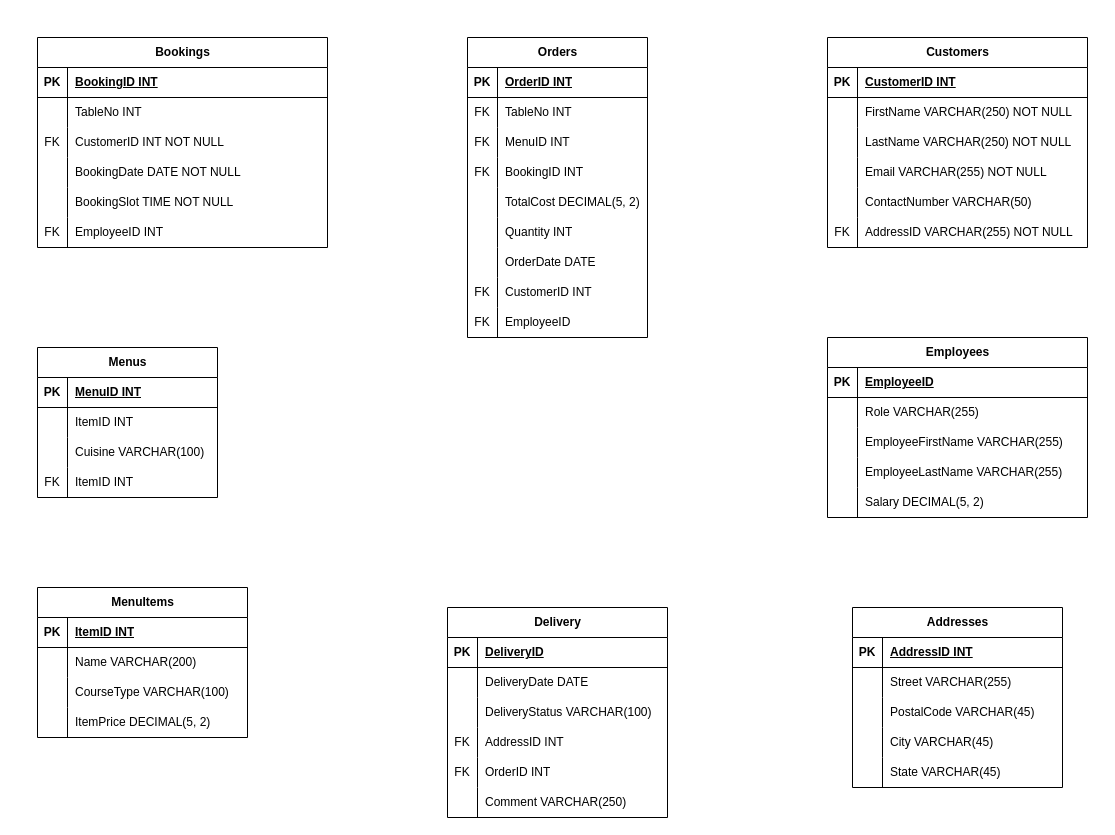
Above: erd_data_model.drawio in AzizAghabayli/db-capstone-project (draw.io), before the change. Source tidied: cells renumbered, new cells numbered last; positions are measured from the earlier drawing's top-left corner, leaving out a move shared by most shapes. Both pictures are drawn from the tidied source at 100%, with x=0, y=0 at pixel (37, 37).
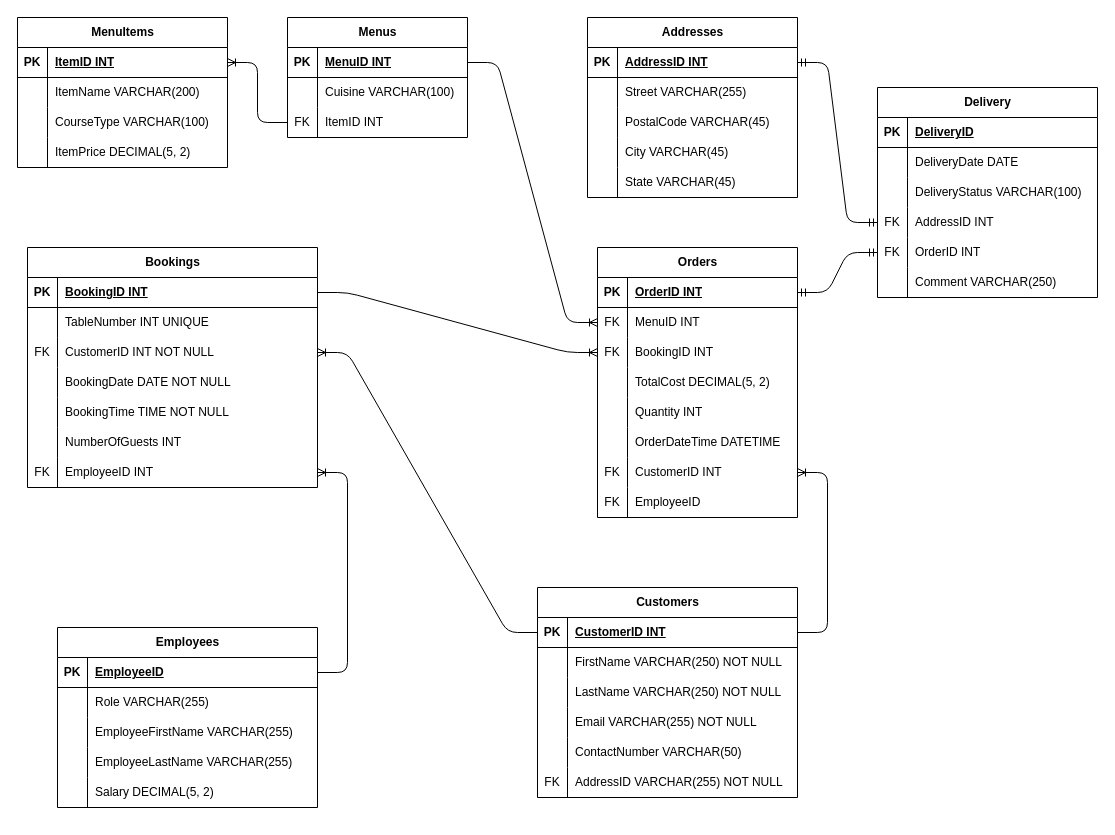
The same diagram, later.

Commit message:
Complete ER diagram in drawio

The change refers to these unchanged cells:
```xml
<mxCell id="3" style="shape=tableRow;horizontal=0;startSize=0;swimlaneHead=0;swimlaneBody=0;fillColor=none;points=[[0,0.5],[1,0.5]];portConstraint=eastwest;top=0;left=0;right=0;bottom=1;" parent="2" vertex="1">
  <mxGeometry y="30" width="180" height="30" as="geometry" />
</mxCell>
<mxCell id="44" style="shape=tableRow;horizontal=0;startSize=0;swimlaneHead=0;swimlaneBody=0;fillColor=none;points=[[0,0.5],[1,0.5]];portConstraint=eastwest;top=0;left=0;right=0;bottom=1;" parent="43" vertex="1">
  <mxGeometry y="30" width="290" height="30" as="geometry" />
</mxCell>
<mxCell id="47" style="shape=tableRow;horizontal=0;startSize=0;swimlaneHead=0;swimlaneBody=0;fillColor=none;top=0;left=0;right=0;bottom=0;" parent="43" vertex="1">
  <mxGeometry y="60" width="290" height="30" as="geometry" />
</mxCell>
<mxCell id="50" style="shape=tableRow;horizontal=0;startSize=0;swimlaneHead=0;swimlaneBody=0;fillColor=none;points=[[0,0.5],[1,0.5]];portConstraint=eastwest;top=0;left=0;right=0;bottom=0;" parent="43" vertex="1">
  <mxGeometry y="90" width="290" height="30" as="geometry" />
</mxCell>
<mxCell id="56" style="shape=tableRow;horizontal=0;startSize=0;swimlaneHead=0;swimlaneBody=0;fillColor=none;top=0;left=0;right=0;bottom=0;" parent="43" vertex="1">
  <mxGeometry y="150" width="290" height="30" as="geometry" />
</mxCell>
<mxCell id="59" style="shape=tableRow;horizontal=0;startSize=0;swimlaneHead=0;swimlaneBody=0;fillColor=none;top=0;left=0;right=0;bottom=0;" parent="43" vertex="1">
  <mxGeometry y="180" width="290" height="30" as="geometry" />
</mxCell>
<mxCell id="72" style="shape=tableRow;horizontal=0;startSize=0;swimlaneHead=0;swimlaneBody=0;fillColor=none;points=[[0,0.5],[1,0.5]];portConstraint=eastwest;top=0;left=0;right=0;bottom=0;" parent="62" vertex="1">
  <mxGeometry y="120" width="220" height="30" as="geometry" />
</mxCell>
<mxCell id="75" style="shape=tableRow;horizontal=0;startSize=0;swimlaneHead=0;swimlaneBody=0;fillColor=none;points=[[0,0.5],[1,0.5]];portConstraint=eastwest;top=0;left=0;right=0;bottom=0;" parent="62" vertex="1">
  <mxGeometry y="150" width="220" height="30" as="geometry" />
</mxCell>
<mxCell id="82" style="shape=tableRow;horizontal=0;startSize=0;swimlaneHead=0;swimlaneBody=0;fillColor=none;points=[[0,0.5],[1,0.5]];portConstraint=eastwest;top=0;left=0;right=0;bottom=1;" parent="81" vertex="1">
  <mxGeometry y="30" width="210" height="30" as="geometry" />
</mxCell>
<mxCell id="85" style="shape=tableRow;horizontal=0;startSize=0;swimlaneHead=0;swimlaneBody=0;fillColor=none;top=0;left=0;right=0;bottom=0;" parent="81" vertex="1">
  <mxGeometry y="60" width="210" height="30" as="geometry" />
</mxCell>
<mxCell id="95" style="shape=tableRow;horizontal=0;startSize=0;swimlaneHead=0;swimlaneBody=0;fillColor=none;points=[[0,0.5],[1,0.5]];portConstraint=eastwest;top=0;left=0;right=0;bottom=1;" parent="94" vertex="1">
  <mxGeometry y="30" width="260" height="30" as="geometry" />
</mxCell>
<mxCell id="114" style="shape=tableRow;horizontal=0;startSize=0;swimlaneHead=0;swimlaneBody=0;fillColor=none;points=[[0,0.5],[1,0.5]];portConstraint=eastwest;top=0;left=0;right=0;bottom=1;" parent="113" vertex="1">
  <mxGeometry y="30" width="260" height="30" as="geometry" />
</mxCell>
<mxCell id="130" style="shape=tableRow;horizontal=0;startSize=0;swimlaneHead=0;swimlaneBody=0;fillColor=none;points=[[0,0.5],[1,0.5]];portConstraint=eastwest;top=0;left=0;right=0;bottom=1;" parent="129" vertex="1">
  <mxGeometry y="30" width="210" height="30" as="geometry" />
</mxCell>
```

Diff of the diagram source:
```diff
@@
     <mxCell id="2" value="Menus" style="shape=table;startSize=30;childLayout=tableLayout;rowLines=0;fontStyle=1;align=center;html=1;" parent="1" vertex="1">
-      <mxGeometry y="310" width="180" height="150" as="geometry" />
+      <mxGeometry x="250" y="-20" width="180" height="120" as="geometry" />
     </mxCell>
@@
-    <mxCell id="6" style="shape=tableRow;horizontal=0;startSize=0;swimlaneHead=0;swimlaneBody=0;fillColor=none;top=0;left=0;right=0;bottom=0;" parent="2" vertex="1">
-      <mxGeometry y="60" width="180" height="30" as="geometry" />
-    </mxCell>
-    <mxCell id="7" style="shape=partialRectangle;fillColor=none;top=0;left=0;bottom=0;right=0;overflow=hidden;whiteSpace=wrap;html=1;" parent="6" vertex="1">
-      <mxGeometry width="30" height="30" as="geometry" />
-    </mxCell>
-    <mxCell id="8" value="ItemID INT" style="shape=partialRectangle;fillColor=none;top=0;left=0;bottom=0;right=0;align=left;spacingLeft=6;overflow=hidden;whiteSpace=wrap;html=1;" parent="6" vertex="1">
-      <mxGeometry x="30" width="150" height="30" as="geometry" />
-    </mxCell>
     <mxCell id="9" style="shape=tableRow;horizontal=0;startSize=0;swimlaneHead=0;swimlaneBody=0;fillColor=none;top=0;left=0;right=0;bottom=0;" parent="2" vertex="1">
-      <mxGeometry y="90" width="180" height="30" as="geometry" />
+      <mxGeometry y="60" width="180" height="30" as="geometry" />
     </mxCell>
@@
     <mxCell id="12" style="shape=tableRow;horizontal=0;startSize=0;swimlaneHead=0;swimlaneBody=0;fillColor=none;points=[[0,0.5],[1,0.5]];portConstraint=eastwest;top=0;left=0;right=0;bottom=0;" parent="2" vertex="1">
-      <mxGeometry y="120" width="180" height="30" as="geometry" />
+      <mxGeometry y="90" width="180" height="30" as="geometry" />
     </mxCell>
@@
     <mxCell id="15" value="Orders" style="shape=table;startSize=30;childLayout=tableLayout;rowLines=0;fontStyle=1;align=center;html=1;" parent="1" vertex="1">
-      <mxGeometry x="430" width="180" height="300" as="geometry" />
+      <mxGeometry x="560" y="210" width="200" height="270" as="geometry" />
     </mxCell>
     <mxCell id="16" style="shape=tableRow;horizontal=0;startSize=0;swimlaneHead=0;swimlaneBody=0;fillColor=none;points=[[0,0.5],[1,0.5]];portConstraint=eastwest;top=0;left=0;right=0;bottom=1;" parent="15" vertex="1">
-      <mxGeometry y="30" width="180" height="30" as="geometry" />
+      <mxGeometry y="30" width="200" height="30" as="geometry" />
     </mxCell>
@@
     <mxCell id="18" value="OrderID INT" style="shape=partialRectangle;fillColor=none;top=0;left=0;bottom=0;right=0;align=left;spacingLeft=6;fontStyle=5;overflow=hidden;whiteSpace=wrap;html=1;" parent="16" vertex="1">
-      <mxGeometry x="30" width="150" height="30" as="geometry" />
+      <mxGeometry x="30" width="170" height="30" as="geometry" />
     </mxCell>
-    <mxCell id="19" style="shape=tableRow;horizontal=0;startSize=0;swimlaneHead=0;swimlaneBody=0;fillColor=none;top=0;left=0;right=0;bottom=0;" parent="15" vertex="1">
-      <mxGeometry y="60" width="180" height="30" as="geometry" />
-    </mxCell>
-    <mxCell id="20" value="FK" style="shape=partialRectangle;fillColor=none;top=0;left=0;bottom=0;right=0;overflow=hidden;whiteSpace=wrap;html=1;" parent="19" vertex="1">
-      <mxGeometry width="30" height="30" as="geometry" />
-    </mxCell>
-    <mxCell id="21" value="TableNo INT" style="shape=partialRectangle;fillColor=none;top=0;left=0;bottom=0;right=0;align=left;spacingLeft=6;overflow=hidden;whiteSpace=wrap;html=1;" parent="19" vertex="1">
-      <mxGeometry x="30" width="150" height="30" as="geometry" />
-    </mxCell>
     <mxCell id="22" style="shape=tableRow;horizontal=0;startSize=0;swimlaneHead=0;swimlaneBody=0;fillColor=none;points=[[0,0.5],[1,0.5]];portConstraint=eastwest;top=0;left=0;right=0;bottom=0;" parent="15" vertex="1">
-      <mxGeometry y="90" width="180" height="30" as="geometry" />
+      <mxGeometry y="60" width="200" height="30" as="geometry" />
     </mxCell>
@@
     <mxCell id="24" value="MenuID INT" style="shape=partialRectangle;fillColor=none;top=0;left=0;bottom=0;right=0;align=left;spacingLeft=6;overflow=hidden;whiteSpace=wrap;html=1;" parent="22" vertex="1">
-      <mxGeometry x="30" width="150" height="30" as="geometry" />
+      <mxGeometry x="30" width="170" height="30" as="geometry" />
     </mxCell>
     <mxCell id="25" style="shape=tableRow;horizontal=0;startSize=0;swimlaneHead=0;swimlaneBody=0;fillColor=none;points=[[0,0.5],[1,0.5]];portConstraint=eastwest;top=0;left=0;right=0;bottom=0;" parent="15" vertex="1">
-      <mxGeometry y="120" width="180" height="30" as="geometry" />
+      <mxGeometry y="90" width="200" height="30" as="geometry" />
     </mxCell>
@@
     <mxCell id="27" value="BookingID INT" style="shape=partialRectangle;fillColor=none;top=0;left=0;bottom=0;right=0;align=left;spacingLeft=6;overflow=hidden;whiteSpace=wrap;html=1;" parent="25" vertex="1">
-      <mxGeometry x="30" width="150" height="30" as="geometry" />
+      <mxGeometry x="30" width="170" height="30" as="geometry" />
     </mxCell>
     <mxCell id="28" style="shape=tableRow;horizontal=0;startSize=0;swimlaneHead=0;swimlaneBody=0;fillColor=none;top=0;left=0;right=0;bottom=0;" parent="15" vertex="1">
-      <mxGeometry y="150" width="180" height="30" as="geometry" />
+      <mxGeometry y="120" width="200" height="30" as="geometry" />
     </mxCell>
@@
     <mxCell id="30" value="TotalCost DECIMAL(5, 2)" style="shape=partialRectangle;fillColor=none;top=0;left=0;bottom=0;right=0;align=left;spacingLeft=6;overflow=hidden;whiteSpace=wrap;html=1;" parent="28" vertex="1">
-      <mxGeometry x="30" width="150" height="30" as="geometry" />
+      <mxGeometry x="30" width="170" height="30" as="geometry" />
     </mxCell>
     <mxCell id="31" style="shape=tableRow;horizontal=0;startSize=0;swimlaneHead=0;swimlaneBody=0;fillColor=none;top=0;left=0;right=0;bottom=0;" parent="15" vertex="1">
-      <mxGeometry y="180" width="180" height="30" as="geometry" />
+      <mxGeometry y="150" width="200" height="30" as="geometry" />
     </mxCell>
@@
     <mxCell id="33" value="Quantity INT" style="shape=partialRectangle;fillColor=none;top=0;left=0;bottom=0;right=0;align=left;spacingLeft=6;overflow=hidden;whiteSpace=wrap;html=1;" parent="31" vertex="1">
-      <mxGeometry x="30" width="150" height="30" as="geometry" />
+      <mxGeometry x="30" width="170" height="30" as="geometry" />
     </mxCell>
     <mxCell id="34" style="shape=tableRow;horizontal=0;startSize=0;swimlaneHead=0;swimlaneBody=0;fillColor=none;top=0;left=0;right=0;bottom=0;" parent="15" vertex="1">
-      <mxGeometry y="210" width="180" height="30" as="geometry" />
+      <mxGeometry y="180" width="200" height="30" as="geometry" />
     </mxCell>
@@
-    <mxCell id="36" value="OrderDate DATE" style="shape=partialRectangle;fillColor=none;top=0;left=0;bottom=0;right=0;align=left;spacingLeft=6;overflow=hidden;whiteSpace=wrap;html=1;" parent="34" vertex="1">
-      <mxGeometry x="30" width="150" height="30" as="geometry" />
+    <mxCell id="36" value="OrderDateTime DATETIME" style="shape=partialRectangle;fillColor=none;top=0;left=0;bottom=0;right=0;align=left;spacingLeft=6;overflow=hidden;whiteSpace=wrap;html=1;" parent="34" vertex="1">
+      <mxGeometry x="30" width="170" height="30" as="geometry" />
     </mxCell>
     <mxCell id="37" style="shape=tableRow;horizontal=0;startSize=0;swimlaneHead=0;swimlaneBody=0;fillColor=none;points=[[0,0.5],[1,0.5]];portConstraint=eastwest;top=0;left=0;right=0;bottom=0;" parent="15" vertex="1">
-      <mxGeometry y="240" width="180" height="30" as="geometry" />
+      <mxGeometry y="210" width="200" height="30" as="geometry" />
     </mxCell>
@@
     <mxCell id="39" value="CustomerID INT" style="shape=partialRectangle;fillColor=none;top=0;left=0;bottom=0;right=0;align=left;spacingLeft=6;overflow=hidden;whiteSpace=wrap;html=1;" parent="37" vertex="1">
-      <mxGeometry x="30" width="150" height="30" as="geometry" />
+      <mxGeometry x="30" width="170" height="30" as="geometry" />
     </mxCell>
     <mxCell id="40" style="shape=tableRow;horizontal=0;startSize=0;swimlaneHead=0;swimlaneBody=0;fillColor=none;top=0;left=0;right=0;bottom=0;" parent="15" vertex="1">
-      <mxGeometry y="270" width="180" height="30" as="geometry" />
+      <mxGeometry y="240" width="200" height="30" as="geometry" />
     </mxCell>
@@
     <mxCell id="42" value="EmployeeID" style="shape=partialRectangle;fillColor=none;top=0;left=0;bottom=0;right=0;align=left;spacingLeft=6;overflow=hidden;whiteSpace=wrap;html=1;" parent="40" vertex="1">
-      <mxGeometry x="30" width="150" height="30" as="geometry" />
+      <mxGeometry x="30" width="170" height="30" as="geometry" />
     </mxCell>
     <mxCell id="43" value="Bookings" style="shape=table;startSize=30;childLayout=tableLayout;rowLines=0;fontStyle=1;align=center;html=1;" parent="1" vertex="1">
-      <mxGeometry width="290" height="210" as="geometry" />
+      <mxGeometry x="-10" y="210" width="290" height="240" as="geometry" />
     </mxCell>
@@
-    <mxCell id="49" value="TableNo INT" style="shape=partialRectangle;fillColor=none;top=0;left=0;bottom=0;right=0;align=left;spacingLeft=6;overflow=hidden;whiteSpace=wrap;html=1;" parent="47" vertex="1">
+    <mxCell id="49" value="TableNumber INT UNIQUE" style="shape=partialRectangle;fillColor=none;top=0;left=0;bottom=0;right=0;align=left;spacingLeft=6;overflow=hidden;whiteSpace=wrap;html=1;" parent="47" vertex="1">
       <mxGeometry x="30" width="260" height="30" as="geometry" />
     </mxCell>
@@
-    <mxCell id="58" value="BookingSlot TIME NOT NULL" style="shape=partialRectangle;fillColor=none;top=0;left=0;bottom=0;right=0;align=left;spacingLeft=6;overflow=hidden;whiteSpace=wrap;html=1;" parent="56" vertex="1">
+    <mxCell id="58" value="BookingTime TIME NOT NULL" style="shape=partialRectangle;fillColor=none;top=0;left=0;bottom=0;right=0;align=left;spacingLeft=6;overflow=hidden;whiteSpace=wrap;html=1;" parent="56" vertex="1">
       <mxGeometry x="30" width="260" height="30" as="geometry" />
     </mxCell>
@@
-    <mxCell id="60" value="FK" style="shape=partialRectangle;fillColor=none;top=0;left=0;bottom=0;right=0;overflow=hidden;whiteSpace=wrap;html=1;" parent="59" vertex="1">
+    <mxCell id="60" style="shape=partialRectangle;fillColor=none;top=0;left=0;bottom=0;right=0;overflow=hidden;whiteSpace=wrap;html=1;" parent="59" vertex="1">
       <mxGeometry width="30" height="30" as="geometry" />
     </mxCell>
-    <mxCell id="61" value="EmployeeID INT" style="shape=partialRectangle;fillColor=none;top=0;left=0;bottom=0;right=0;align=left;spacingLeft=6;overflow=hidden;whiteSpace=wrap;html=1;" parent="59" vertex="1">
+    <mxCell id="61" value="NumberOfGuests INT" style="shape=partialRectangle;fillColor=none;top=0;left=0;bottom=0;right=0;align=left;spacingLeft=6;overflow=hidden;whiteSpace=wrap;html=1;" parent="59" vertex="1">
       <mxGeometry x="30" width="260" height="30" as="geometry" />
     </mxCell>
+    <mxCell id="145" style="shape=tableRow;horizontal=0;startSize=0;swimlaneHead=0;swimlaneBody=0;fillColor=none;points=[[0,0.5],[1,0.5]];portConstraint=eastwest;top=0;left=0;right=0;bottom=0;" parent="43" vertex="1">
+      <mxGeometry y="210" width="290" height="30" as="geometry" />
+    </mxCell>
+    <mxCell id="20" value="FK" style="shape=partialRectangle;fillColor=none;top=0;left=0;bottom=0;right=0;overflow=hidden;whiteSpace=wrap;html=1;" parent="145" vertex="1">
+      <mxGeometry width="30" height="30" as="geometry" />
+    </mxCell>
+    <mxCell id="146" value="EmployeeID INT" style="shape=partialRectangle;fillColor=none;top=0;left=0;bottom=0;right=0;align=left;spacingLeft=6;overflow=hidden;whiteSpace=wrap;html=1;" parent="145" vertex="1">
+      <mxGeometry x="30" width="260" height="30" as="geometry" />
+    </mxCell>
     <mxCell id="62" value="Delivery" style="shape=table;startSize=30;childLayout=tableLayout;rowLines=0;fontStyle=1;align=center;html=1;" parent="1" vertex="1">
-      <mxGeometry x="410" y="570" width="220" height="210" as="geometry" />
+      <mxGeometry x="840" y="50" width="220" height="210" as="geometry" />
     </mxCell>
@@
     <mxCell id="81" value="MenuItems" style="shape=table;startSize=30;childLayout=tableLayout;rowLines=0;fontStyle=1;align=center;html=1;" parent="1" vertex="1">
-      <mxGeometry y="550" width="210" height="150" as="geometry" />
+      <mxGeometry x="-20" y="-20" width="210" height="150" as="geometry" />
     </mxCell>
@@
-    <mxCell id="87" value="Name VARCHAR(200)" style="shape=partialRectangle;fillColor=none;top=0;left=0;bottom=0;right=0;align=left;spacingLeft=6;overflow=hidden;whiteSpace=wrap;html=1;" parent="85" vertex="1">
+    <mxCell id="87" value="ItemName VARCHAR(200)" style="shape=partialRectangle;fillColor=none;top=0;left=0;bottom=0;right=0;align=left;spacingLeft=6;overflow=hidden;whiteSpace=wrap;html=1;" parent="85" vertex="1">
       <mxGeometry x="30" width="180" height="30" as="geometry" />
     </mxCell>
@@
     <mxCell id="94" value="Customers" style="shape=table;startSize=30;childLayout=tableLayout;rowLines=0;fontStyle=1;align=center;html=1;" parent="1" vertex="1">
-      <mxGeometry x="790" width="260" height="210" as="geometry" />
+      <mxGeometry x="500" y="550" width="260" height="210" as="geometry" />
     </mxCell>
@@
     <mxCell id="113" value="Employees" style="shape=table;startSize=30;childLayout=tableLayout;rowLines=0;fontStyle=1;align=center;html=1;" parent="1" vertex="1">
-      <mxGeometry x="790" y="300" width="260" height="180" as="geometry" />
+      <mxGeometry x="20" y="590" width="260" height="180" as="geometry" />
     </mxCell>
@@
     <mxCell id="129" value="Addresses" style="shape=table;startSize=30;childLayout=tableLayout;rowLines=0;fontStyle=1;align=center;html=1;" parent="1" vertex="1">
-      <mxGeometry x="815" y="570" width="210" height="180" as="geometry" />
+      <mxGeometry x="550" y="-20" width="210" height="180" as="geometry" />
     </mxCell>
@@
+    <mxCell id="147" style="edgeStyle=entityRelationEdgeStyle;fontSize=12;html=1;endArrow=ERoneToMany;exitX=0;exitY=0.5;exitDx=0;exitDy=0;entryX=1;entryY=0.5;entryDx=0;entryDy=0;" parent="1" edge="1" source="95" target="50">
+      <mxGeometry relative="1" as="geometry" />
+    </mxCell>
+    <mxCell id="148" style="edgeStyle=entityRelationEdgeStyle;fontSize=12;html=1;endArrow=ERoneToMany;exitX=1;exitY=0.5;exitDx=0;exitDy=0;entryX=1;entryY=0.5;entryDx=0;entryDy=0;" parent="1" edge="1" source="95" target="37">
+      <mxGeometry relative="1" as="geometry" />
+    </mxCell>
+    <mxCell id="149" style="edgeStyle=entityRelationEdgeStyle;fontSize=12;html=1;endArrow=ERoneToMany;exitX=1;exitY=0.5;exitDx=0;exitDy=0;entryX=1;entryY=0.5;entryDx=0;entryDy=0;" parent="1" edge="1" source="114" target="145">
+      <mxGeometry relative="1" as="geometry" />
+    </mxCell>
+    <mxCell id="150" style="edgeStyle=entityRelationEdgeStyle;fontSize=12;html=1;endArrow=ERoneToMany;exitX=1;exitY=0.5;exitDx=0;exitDy=0;entryX=0;entryY=0.5;entryDx=0;entryDy=0;" parent="1" edge="1" source="3" target="22">
+      <mxGeometry relative="1" as="geometry" />
+    </mxCell>
+    <mxCell id="151" style="edgeStyle=entityRelationEdgeStyle;fontSize=12;html=1;endArrow=ERoneToMany;exitX=1;exitY=0.5;exitDx=0;exitDy=0;entryX=0;entryY=0.5;entryDx=0;entryDy=0;" parent="1" edge="1" source="44" target="25">
+      <mxGeometry relative="1" as="geometry" />
+    </mxCell>
+    <mxCell id="152" style="edgeStyle=entityRelationEdgeStyle;fontSize=12;html=1;endArrow=ERmandOne;startArrow=ERmandOne;entryX=1;entryY=0.5;entryDx=0;entryDy=0;exitX=0;exitY=0.5;exitDx=0;exitDy=0;" parent="1" edge="1" source="75" target="16">
+      <mxGeometry relative="1" as="geometry" />
+    </mxCell>
+    <mxCell id="153" style="edgeStyle=entityRelationEdgeStyle;fontSize=12;html=1;endArrow=ERoneToMany;exitX=0;exitY=0.5;exitDx=0;exitDy=0;" parent="1" edge="1" source="12" target="82">
+      <mxGeometry relative="1" as="geometry" />
+    </mxCell>
+    <mxCell id="154" style="edgeStyle=entityRelationEdgeStyle;fontSize=12;html=1;endArrow=ERmandOne;startArrow=ERmandOne;exitX=0;exitY=0.5;exitDx=0;exitDy=0;" parent="1" edge="1" source="72" target="130">
+      <mxGeometry relative="1" as="geometry" />
+    </mxCell>
```
